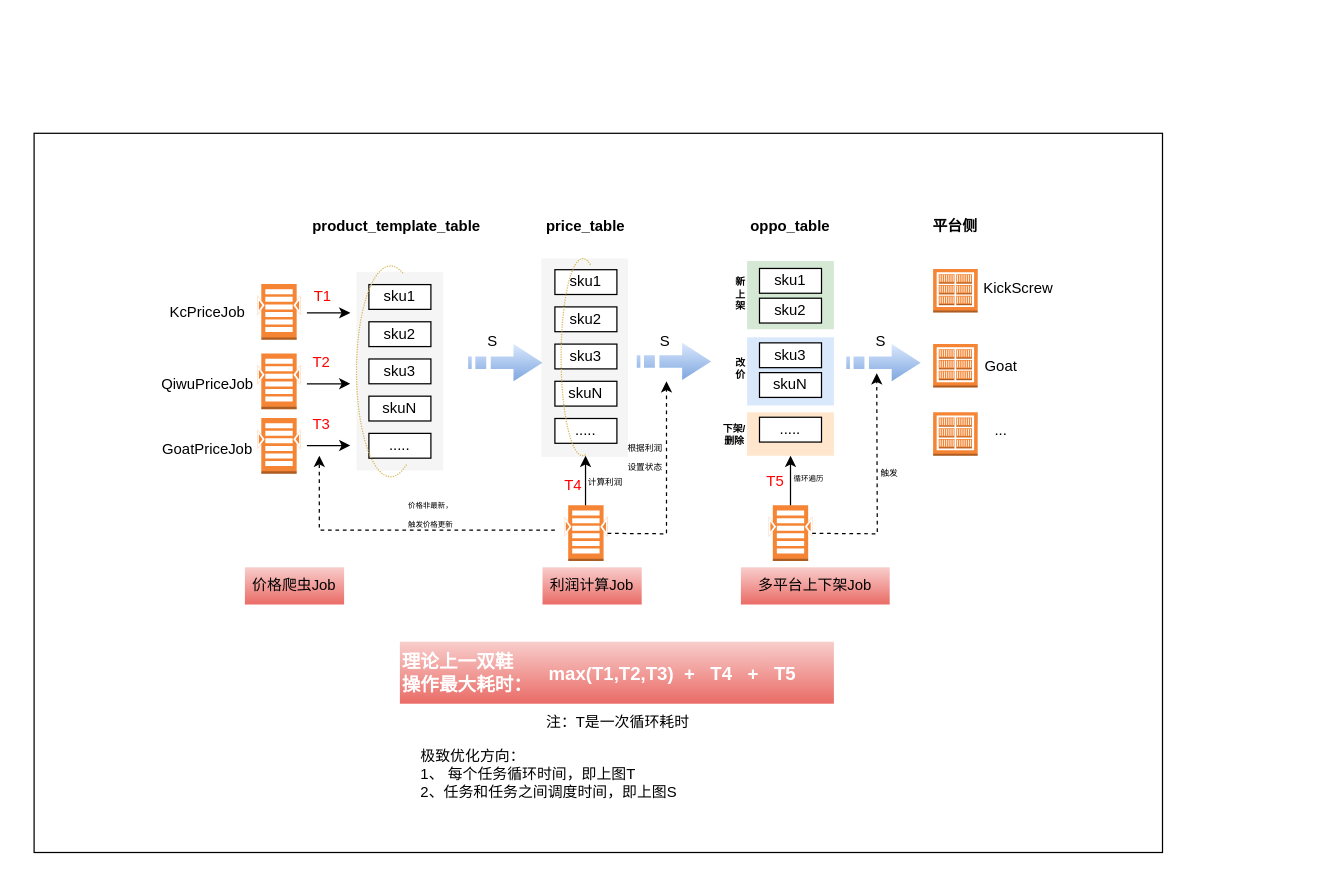
Earlier version of the draw.io diagram gold_worker.drawio (Tangocc/draw.io). Source tidied: cells renumbered, new cells numbered last; positions are measured from the earlier drawing's top-left corner, leaving out a move shared by most shapes. Both pictures are drawn from the tidied source at 124%, with x=0, y=0 at pixel (33, 133).
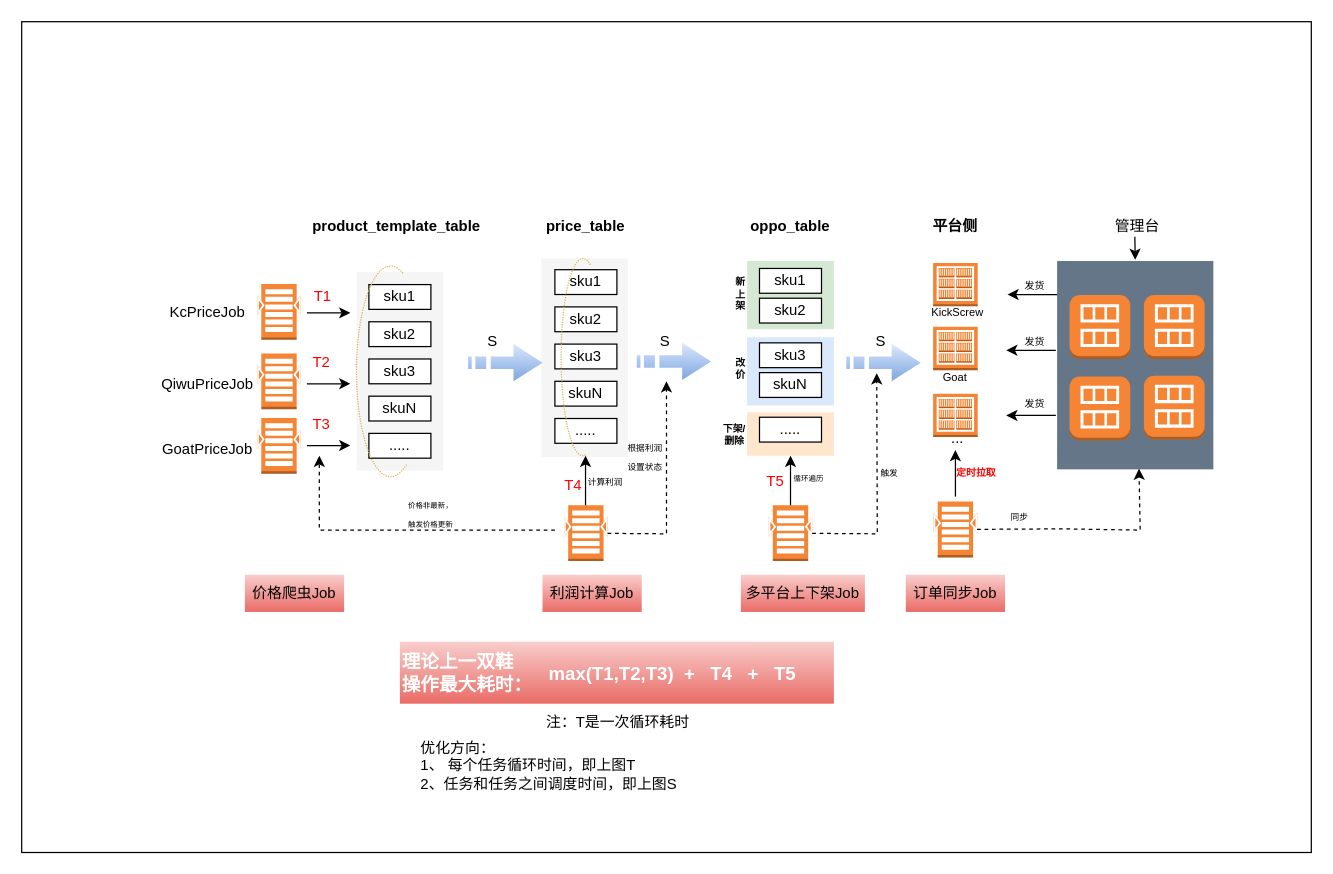
After the change.

The edit, as a diff of the source:
```diff
@@
-    <mxCell id="2" style="rounded=0;whiteSpace=wrap;html=1;" parent="1" vertex="1">
-      <mxGeometry width="910" height="580" as="geometry" />
-    </mxCell>
+    <mxCell id="77" style="rounded=0;whiteSpace=wrap;html=1;" parent="1" vertex="1">
+      <mxGeometry x="-10" y="-90" width="1040" height="670" as="geometry" />
+    </mxCell>
@@
     <mxCell id="39" style="dashed=0;verticalLabelPosition=bottom;verticalAlign=top;align=center;html=1;shape=mxgraph.aws3.ecr_registry;fillColor=#F58534;gradientColor=none;" parent="1" vertex="1">
-      <mxGeometry x="725" y="109.5" width="36" height="35" as="geometry" />
+      <mxGeometry x="725" y="104.5" width="36" height="35" as="geometry" />
     </mxCell>
     <mxCell id="40" style="dashed=0;verticalLabelPosition=bottom;verticalAlign=top;align=center;html=1;shape=mxgraph.aws3.ecr_registry;fillColor=#F58534;gradientColor=none;" parent="1" vertex="1">
-      <mxGeometry x="725" y="170" width="36" height="35" as="geometry" />
+      <mxGeometry x="725" y="156" width="36" height="35" as="geometry" />
     </mxCell>
     <mxCell id="41" style="dashed=0;verticalLabelPosition=bottom;verticalAlign=top;align=center;html=1;shape=mxgraph.aws3.ecr_registry;fillColor=#F58534;gradientColor=none;" parent="1" vertex="1">
-      <mxGeometry x="725" y="225" width="36" height="35" as="geometry" />
+      <mxGeometry x="725" y="210" width="36" height="35" as="geometry" />
     </mxCell>
@@
-    <mxCell id="45" value="KickScrew" style="text;html=1;whiteSpace=wrap;strokeColor=none;fillColor=none;align=center;verticalAlign=middle;rounded=0;" parent="1" vertex="1">
-      <mxGeometry x="764" y="110" width="60" height="30" as="geometry" />
+    <mxCell id="45" value="KickScrew" style="text;html=1;whiteSpace=wrap;strokeColor=none;fillColor=none;align=center;verticalAlign=middle;rounded=0;fontSize=9;" parent="1" vertex="1">
+      <mxGeometry x="715" y="130" width="60" height="30" as="geometry" />
     </mxCell>
-    <mxCell id="46" value="Goat" style="text;html=1;whiteSpace=wrap;strokeColor=none;fillColor=none;align=center;verticalAlign=middle;rounded=0;" parent="1" vertex="1">
-      <mxGeometry x="750" y="172.5" width="60" height="30" as="geometry" />
+    <mxCell id="46" value="Goat" style="text;html=1;whiteSpace=wrap;strokeColor=none;fillColor=none;align=center;verticalAlign=middle;rounded=0;fontSize=9;" parent="1" vertex="1">
+      <mxGeometry x="713" y="182" width="60" height="30" as="geometry" />
     </mxCell>
     <mxCell id="47" value="..." style="text;html=1;whiteSpace=wrap;strokeColor=none;fillColor=none;align=center;verticalAlign=middle;rounded=0;" parent="1" vertex="1">
-      <mxGeometry x="750" y="225" width="60" height="30" as="geometry" />
+      <mxGeometry x="715" y="231" width="60" height="30" as="geometry" />
     </mxCell>
@@
     <mxCell id="64" value="利润计算Job" style="text;html=1;whiteSpace=wrap;strokeColor=none;fillColor=#f8cecc;align=center;verticalAlign=middle;rounded=0;gradientColor=#ea6b66;" parent="1" vertex="1">
-      <mxGeometry x="410" y="350" width="80" height="30" as="geometry" />
+      <mxGeometry x="410" y="356" width="80" height="30" as="geometry" />
     </mxCell>
     <mxCell id="65" value="多平台&lt;span style=&quot;background-color: transparent; color: light-dark(rgb(0, 0, 0), rgb(255, 255, 255));&quot;&gt;上下架Job&lt;/span&gt;" style="text;html=1;whiteSpace=wrap;strokeColor=none;fillColor=#f8cecc;align=center;verticalAlign=middle;rounded=0;gradientColor=#ea6b66;" parent="1" vertex="1">
-      <mxGeometry x="570" y="350" width="120" height="30" as="geometry" />
+      <mxGeometry x="570" y="356" width="100" height="30" as="geometry" />
     </mxCell>
     <mxCell id="66" value="价格&lt;span style=&quot;background-color: transparent; color: light-dark(rgb(0, 0, 0), rgb(255, 255, 255));&quot;&gt;爬虫Job&lt;/span&gt;" style="text;html=1;whiteSpace=wrap;strokeColor=none;fillColor=#f8cecc;align=center;verticalAlign=middle;rounded=0;gradientColor=#ea6b66;" parent="1" vertex="1">
-      <mxGeometry x="170" y="350" width="80" height="30" as="geometry" />
+      <mxGeometry x="170" y="356" width="80" height="30" as="geometry" />
     </mxCell>
@@
-    <mxCell id="73" value="极致优化方向：&lt;div&gt;1、 每个任务循环时间，即上图T&lt;div&gt;2、任务和任务之间调度时间，即上图S&lt;/div&gt;&lt;/div&gt;" style="text;html=1;whiteSpace=wrap;strokeColor=none;fillColor=none;align=left;verticalAlign=middle;rounded=0;" parent="1" vertex="1">
-      <mxGeometry x="310" y="487" width="350" height="60" as="geometry" />
+    <mxCell id="73" value="优化方向：&lt;div&gt;1、 每个任务循环时间，即上图T&lt;div&gt;2、任务和任务之间调度时间，即上图S&lt;/div&gt;&lt;/div&gt;" style="text;html=1;whiteSpace=wrap;strokeColor=none;fillColor=none;align=left;verticalAlign=middle;rounded=0;" parent="1" vertex="1">
+      <mxGeometry x="310" y="480" width="350" height="60" as="geometry" />
     </mxCell>
@@
+    <mxCell id="78" style="outlineConnect=0;dashed=0;verticalLabelPosition=bottom;verticalAlign=top;align=center;html=1;shape=mxgraph.aws3.search_documents;fillColor=#F58534;gradientColor=none;" parent="1" vertex="1">
+      <mxGeometry x="725.5" y="297" width="35" height="45" as="geometry" />
+    </mxCell>
+    <mxCell id="79" value="订单同步Job" style="text;html=1;whiteSpace=wrap;strokeColor=none;fillColor=#f8cecc;align=center;verticalAlign=middle;rounded=0;gradientColor=#ea6b66;" parent="1" vertex="1">
+      <mxGeometry x="703" y="356" width="80" height="30" as="geometry" />
+    </mxCell>
+    <mxCell id="80" style="rounded=0;whiteSpace=wrap;html=1;fillColor=#647687;strokeColor=none;fontColor=#ffffff;" parent="1" vertex="1">
+      <mxGeometry x="825" y="103" width="126" height="168" as="geometry" />
+    </mxCell>
+    <mxCell id="81" value="管理台" style="text;html=1;whiteSpace=wrap;strokeColor=none;fillColor=none;align=center;verticalAlign=middle;rounded=0;" parent="1" vertex="1">
+      <mxGeometry x="860" y="60" width="60" height="30" as="geometry" />
+    </mxCell>
+    <mxCell id="82" style="endArrow=classic;html=1;rounded=0;entryX=0.5;entryY=1;entryDx=0;entryDy=0;entryPerimeter=0;" parent="1" edge="1">
+      <mxGeometry relative="1" as="geometry">
+        <mxPoint x="743" y="293" as="sourcePoint" />
+        <mxPoint x="743" y="255.5" as="targetPoint" />
+      </mxGeometry>
+    </mxCell>
+    <mxCell id="83" value="&lt;font style=&quot;font-size: 8px;&quot;&gt;定时拉取&lt;/font&gt;" style="text;html=1;whiteSpace=wrap;strokeColor=none;fillColor=none;align=center;verticalAlign=middle;rounded=0;fontStyle=1;fontColor=#FF0000;" parent="1" vertex="1">
+      <mxGeometry x="730" y="257.5" width="60" height="30" as="geometry" />
+    </mxCell>
+    <mxCell id="84" style="endArrow=classic;html=1;rounded=0;entryX=0.524;entryY=0.997;entryDx=0;entryDy=0;dashed=1;entryPerimeter=0;" parent="1" edge="1" source="78" target="80">
+      <mxGeometry relative="1" as="geometry">
+        <Array as="points">
+          <mxPoint x="830" y="319" />
+          <mxPoint x="892" y="320" />
+        </Array>
+      </mxGeometry>
+    </mxCell>
+    <mxCell id="85" value="同步" style="text;html=1;whiteSpace=wrap;strokeColor=none;fillColor=none;align=center;verticalAlign=middle;rounded=0;fontSize=7;" parent="1" vertex="1">
+      <mxGeometry x="765" y="295" width="60" height="30" as="geometry" />
+    </mxCell>
+    <mxCell id="86" style="endArrow=classic;html=1;rounded=0;exitX=0.001;exitY=0.161;exitDx=0;exitDy=0;exitPerimeter=0;" parent="1" edge="1" source="80">
+      <mxGeometry relative="1" as="geometry">
+        <mxPoint x="785" y="130" as="targetPoint" />
+      </mxGeometry>
+    </mxCell>
+    <mxCell id="87" style="endArrow=classic;html=1;rounded=0;exitX=0.001;exitY=0.161;exitDx=0;exitDy=0;exitPerimeter=0;" parent="1" edge="1">
+      <mxGeometry relative="1" as="geometry">
+        <mxPoint x="824" y="175" as="sourcePoint" />
+        <mxPoint x="784" y="175" as="targetPoint" />
+      </mxGeometry>
+    </mxCell>
+    <mxCell id="88" style="endArrow=classic;html=1;rounded=0;exitX=0.001;exitY=0.161;exitDx=0;exitDy=0;exitPerimeter=0;" parent="1" edge="1">
+      <mxGeometry relative="1" as="geometry">
+        <mxPoint x="824" y="227.5" as="sourcePoint" />
+        <mxPoint x="784" y="227.5" as="targetPoint" />
+      </mxGeometry>
+    </mxCell>
+    <mxCell id="89" value="&lt;font style=&quot;font-size: 8px;&quot;&gt;&amp;nbsp; 发货&lt;/font&gt;" style="text;html=1;whiteSpace=wrap;strokeColor=none;fillColor=none;align=center;verticalAlign=middle;rounded=0;" parent="1" vertex="1">
+      <mxGeometry x="775" y="107" width="60" height="30" as="geometry" />
+    </mxCell>
+    <mxCell id="90" value="&lt;font style=&quot;font-size: 8px;&quot;&gt;&amp;nbsp; 发货&lt;/font&gt;" style="text;html=1;whiteSpace=wrap;strokeColor=none;fillColor=none;align=center;verticalAlign=middle;rounded=0;" parent="1" vertex="1">
+      <mxGeometry x="775" y="152" width="60" height="30" as="geometry" />
+    </mxCell>
+    <mxCell id="91" value="&lt;font style=&quot;font-size: 8px;&quot;&gt;&amp;nbsp; 发货&lt;/font&gt;" style="text;html=1;whiteSpace=wrap;strokeColor=none;fillColor=none;align=center;verticalAlign=middle;rounded=0;" parent="1" vertex="1">
+      <mxGeometry x="775" y="202" width="60" height="30" as="geometry" />
+    </mxCell>
+    <mxCell id="92" style="dashed=0;verticalLabelPosition=bottom;verticalAlign=top;align=center;html=1;shape=mxgraph.aws3.ami;fillColor=#F58534;gradientColor=none;" parent="1" vertex="1">
+      <mxGeometry x="835" y="130.5" width="49" height="51.5" as="geometry" />
+    </mxCell>
+    <mxCell id="93" style="dashed=0;verticalLabelPosition=bottom;verticalAlign=top;align=center;html=1;shape=mxgraph.aws3.ami;fillColor=#F58534;gradientColor=none;" parent="1" vertex="1">
+      <mxGeometry x="895" y="130.5" width="49" height="51.5" as="geometry" />
+    </mxCell>
+    <mxCell id="94" style="dashed=0;verticalLabelPosition=bottom;verticalAlign=top;align=center;html=1;shape=mxgraph.aws3.ami;fillColor=#F58534;gradientColor=none;" parent="1" vertex="1">
+      <mxGeometry x="835" y="196.2" width="49" height="51.5" as="geometry" />
+    </mxCell>
+    <mxCell id="95" style="dashed=0;verticalLabelPosition=bottom;verticalAlign=top;align=center;html=1;shape=mxgraph.aws3.ami;fillColor=#F58534;gradientColor=none;" parent="1" vertex="1">
+      <mxGeometry x="895" y="195.5" width="49" height="51.5" as="geometry" />
+    </mxCell>
+    <mxCell id="96" style="endArrow=classic;html=1;rounded=0;" parent="1" edge="1">
+      <mxGeometry relative="1" as="geometry">
+        <mxPoint x="887.7" y="83.5" as="sourcePoint" />
+        <mxPoint x="888" y="102" as="targetPoint" />
+      </mxGeometry>
+    </mxCell>
```
